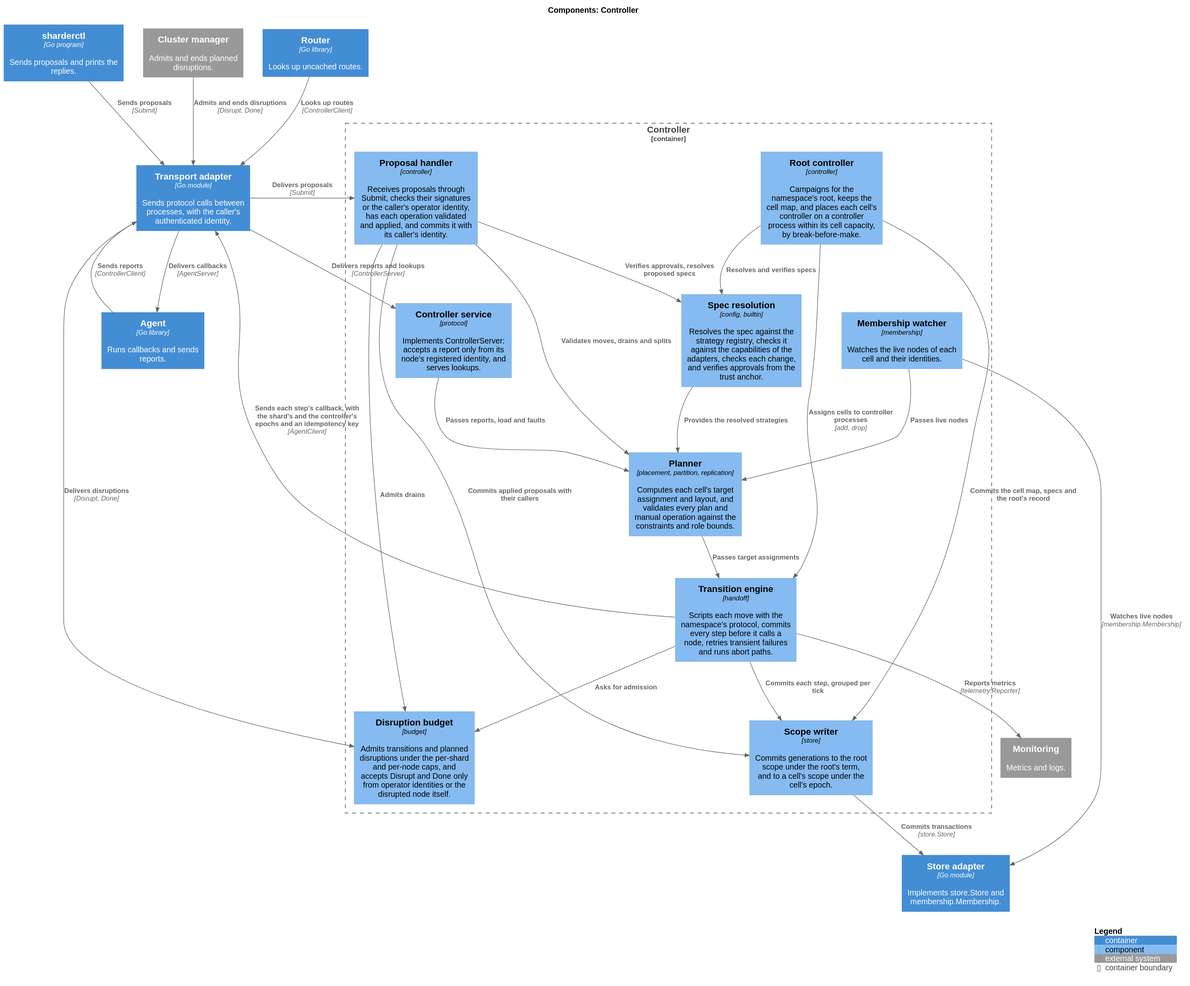
Earlier version of the PlantUML export docs/c4/components/controller.svg (thesm-os/sharder).
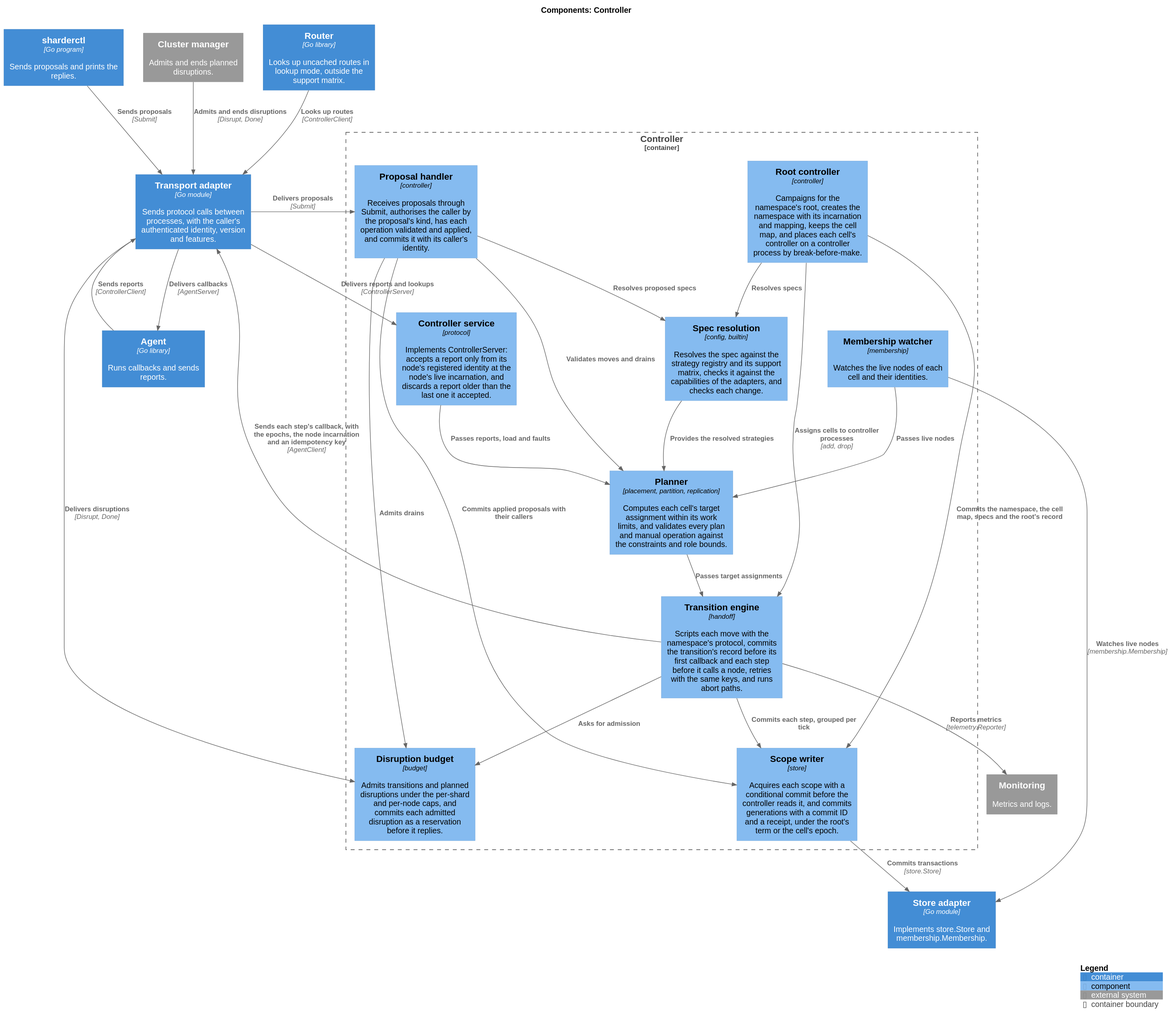
The same file after the commit.

Change to the diagram source:
```diff
@@ -5,19 +5,19 @@
 
 Container(sharderctl, "sharderctl", "Go program", "Sends proposals and prints the replies.")
 System_Ext(manager, "Cluster manager", "Admits and ends planned disruptions.")
-Container(router, "Router", "Go library", "Looks up uncached routes.")
-Container(transport, "Transport adapter", "Go module", "Sends protocol calls between processes, with the caller's authenticated identity.")
+Container(router, "Router", "Go library", "Looks up uncached routes in lookup mode, outside the support matrix.")
+Container(transport, "Transport adapter", "Go module", "Sends protocol calls between processes, with the caller's authenticated identity, version and features.")
 
 Container_Boundary(controller, "Controller") {
-    Component(root, "Root controller", "controller", "Campaigns for the namespace's root, keeps the cell map, and places each cell's controller on a controller process within its cell capacity, by break-before-make.")
-    Component(proposals, "Proposal handler", "controller", "Receives proposals through Submit, checks their signatures or the caller's operator identity, has each operation validated and applied, and commits it with its caller's identity.")
-    Component(spec, "Spec resolution", "config, builtin", "Resolves the spec against the strategy registry, checks it against the capabilities of the adapters, checks each change, and verifies approvals from the trust anchor.")
-    Component(planner, "Planner", "placement, partition, replication", "Computes each cell's target assignment and layout, and validates every plan and manual operation against the constraints and role bounds.")
-    Component(engine, "Transition engine", "handoff", "Scripts each move with the namespace's protocol, commits every step before it calls a node, retries transient failures and runs abort paths.")
-    Component(budget, "Disruption budget", "budget", "Admits transitions and planned disruptions under the per-shard and per-node caps, and accepts Disrupt and Done only from operator identities or the disrupted node itself.")
-    Component(service, "Controller service", "protocol", "Implements ControllerServer: accepts a report only from its node's registered identity, and serves lookups.")
+    Component(root, "Root controller", "controller", "Campaigns for the namespace's root, creates the namespace with its incarnation and mapping, keeps the cell map, and places each cell's controller on a controller process by break-before-make.")
+    Component(proposals, "Proposal handler", "controller", "Receives proposals through Submit, authorises the caller by the proposal's kind, has each operation validated and applied, and commits it with its caller's identity.")
+    Component(spec, "Spec resolution", "config, builtin", "Resolves the spec against the strategy registry and its support matrix, checks it against the capabilities of the adapters, and checks each change.")
+    Component(planner, "Planner", "placement, partition, replication", "Computes each cell's target assignment within its work limits, and validates every plan and manual operation against the constraints and role bounds.")
+    Component(engine, "Transition engine", "handoff", "Scripts each move with the namespace's protocol, commits the transition's record before its first callback and each step before it calls a node, retries with the same keys, and runs abort paths.")
+    Component(budget, "Disruption budget", "budget", "Admits transitions and planned disruptions under the per-shard and per-node caps, and commits each admitted disruption as a reservation before it replies.")
+    Component(service, "Controller service", "protocol", "Implements ControllerServer: accepts a report only from its node's registered identity at the node's live incarnation, and discards a report older than the last one it accepted.")
     Component(membership, "Membership watcher", "membership", "Watches the live nodes of each cell and their identities.")
-    Component(writer, "Scope writer", "store", "Commits generations to the root scope under the root's term, and to a cell's scope under the cell's epoch.")
+    Component(writer, "Scope writer", "store", "Acquires each scope with a conditional commit before the controller reads it, and commits generations with a commit ID and a receipt, under the root's term or the cell's epoch.")
 }
 
 Container(agent, "Agent", "Go library", "Runs callbacks and sends reports.")
@@ -32,12 +32,12 @@
 Rel(transport, proposals, "Delivers proposals", "Submit")
 Rel(transport, budget, "Delivers disruptions", "Disrupt, Done")
 
-Rel(proposals, spec, "Verifies approvals, resolves proposed specs")
-Rel(proposals, planner, "Validates moves, drains and splits")
+Rel(proposals, spec, "Resolves proposed specs")
+Rel(proposals, planner, "Validates moves and drains")
 Rel(proposals, budget, "Admits drains")
 Rel(proposals, writer, "Commits applied proposals with their callers")
-Rel(root, spec, "Resolves and verifies specs")
-Rel(root, writer, "Commits the cell map, specs and the root's record")
+Rel(root, spec, "Resolves specs")
+Rel(root, writer, "Commits the namespace, the cell map, specs and the root's record")
 Rel(root, engine, "Assigns cells to controller processes", "add, drop")
 Rel(service, planner, "Passes reports, load and faults")
 Rel(membership, planner, "Passes live nodes")
@@ -45,7 +45,7 @@
 Rel(planner, engine, "Passes target assignments")
 Rel(engine, budget, "Asks for admission")
 Rel(engine, writer, "Commits each step, grouped per tick")
-Rel(engine, transport, "Sends each step's callback, with the shard's and the controller's epochs and an idempotency key", "AgentClient")
+Rel(engine, transport, "Sends each step's callback, with the epochs, the node incarnation and an idempotency key", "AgentClient")
 Rel(transport, agent, "Delivers callbacks", "AgentServer")
 
 Rel(writer, adapters, "Commits transactions", "store.Store")
```
